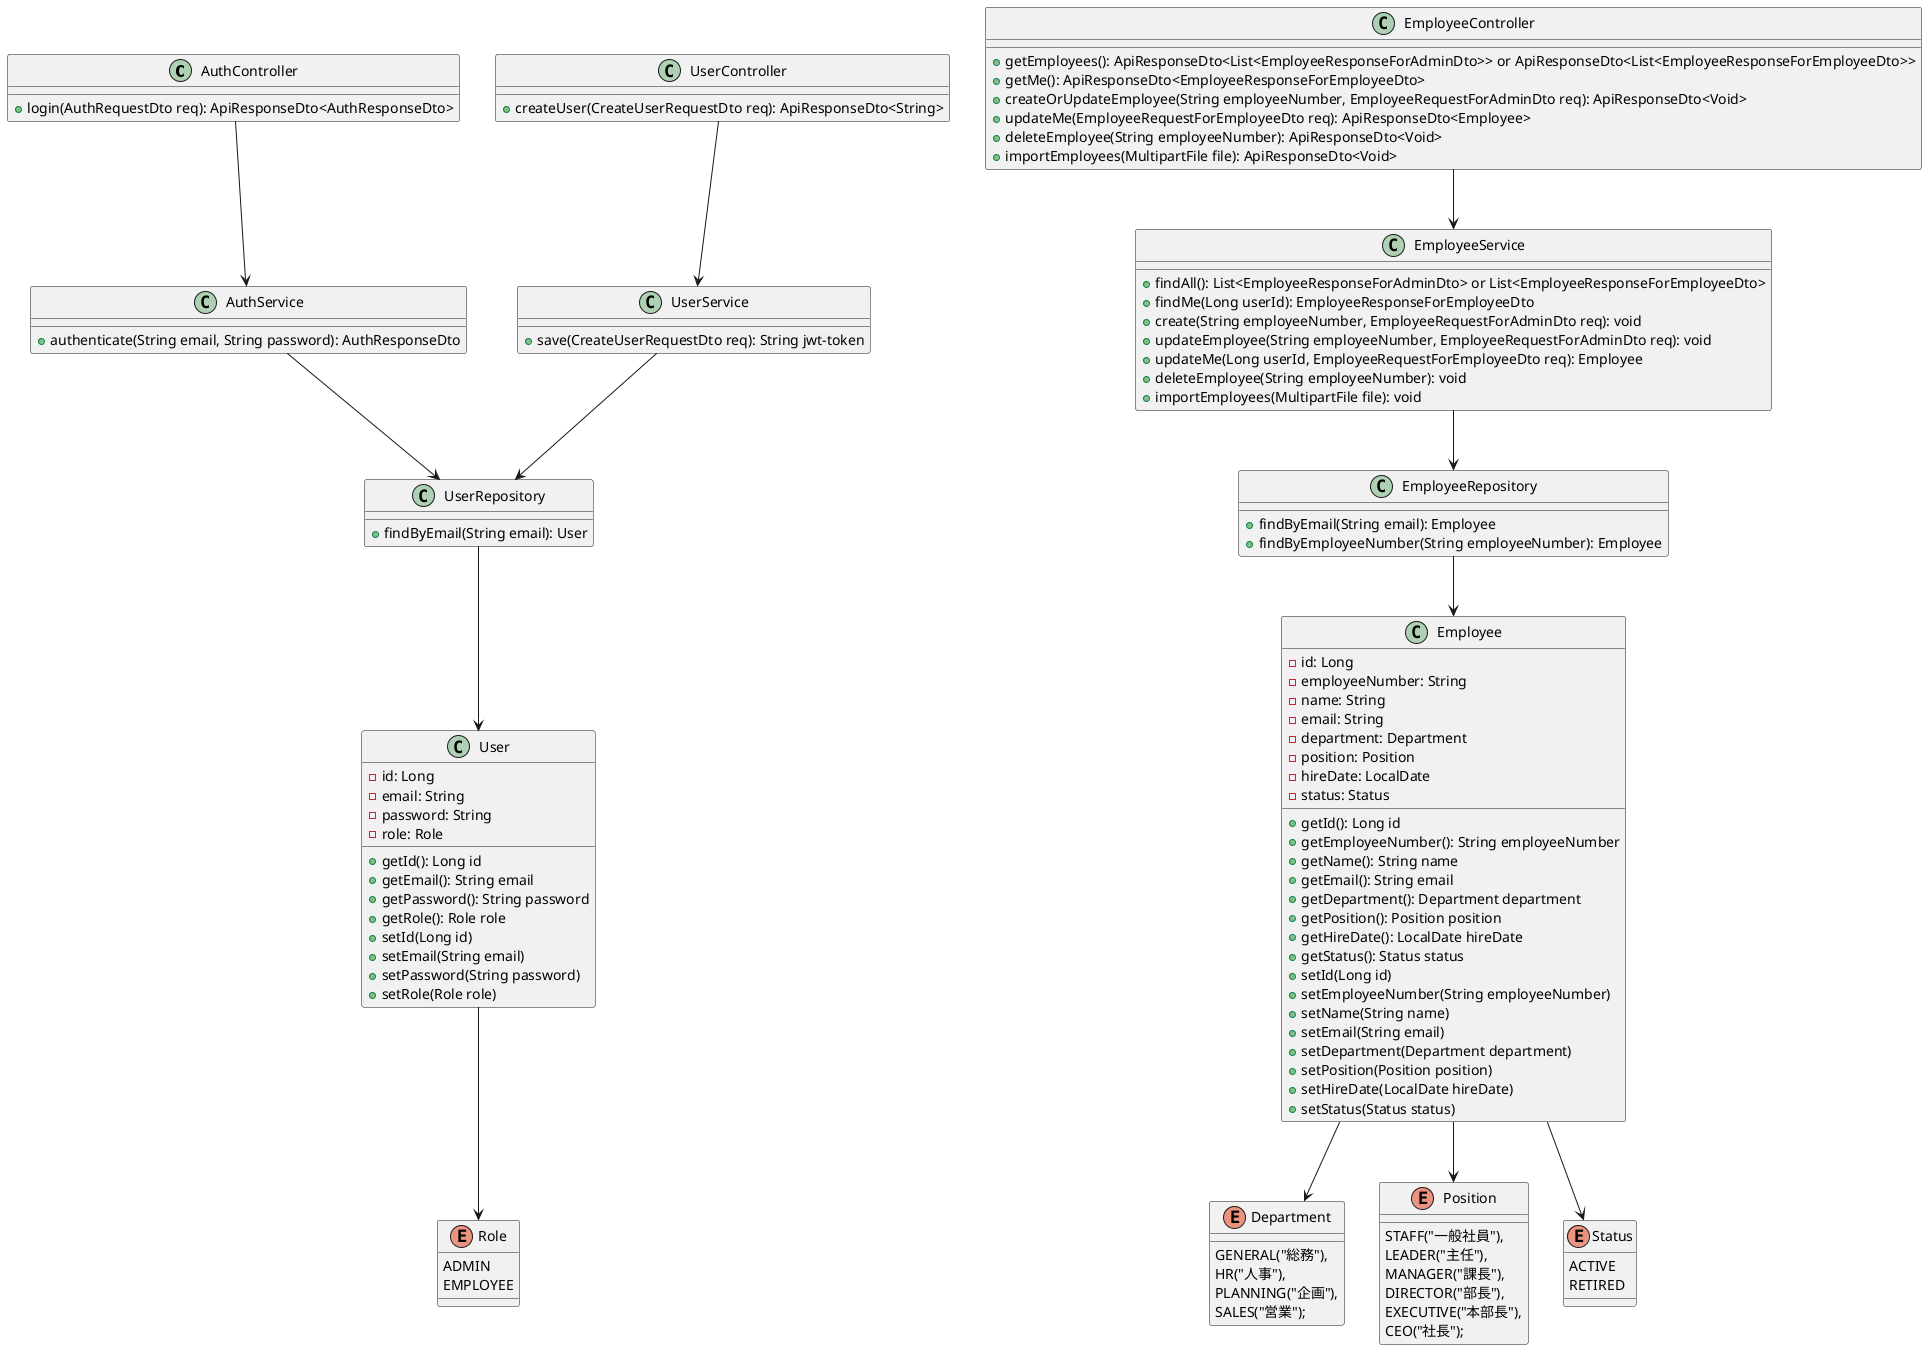
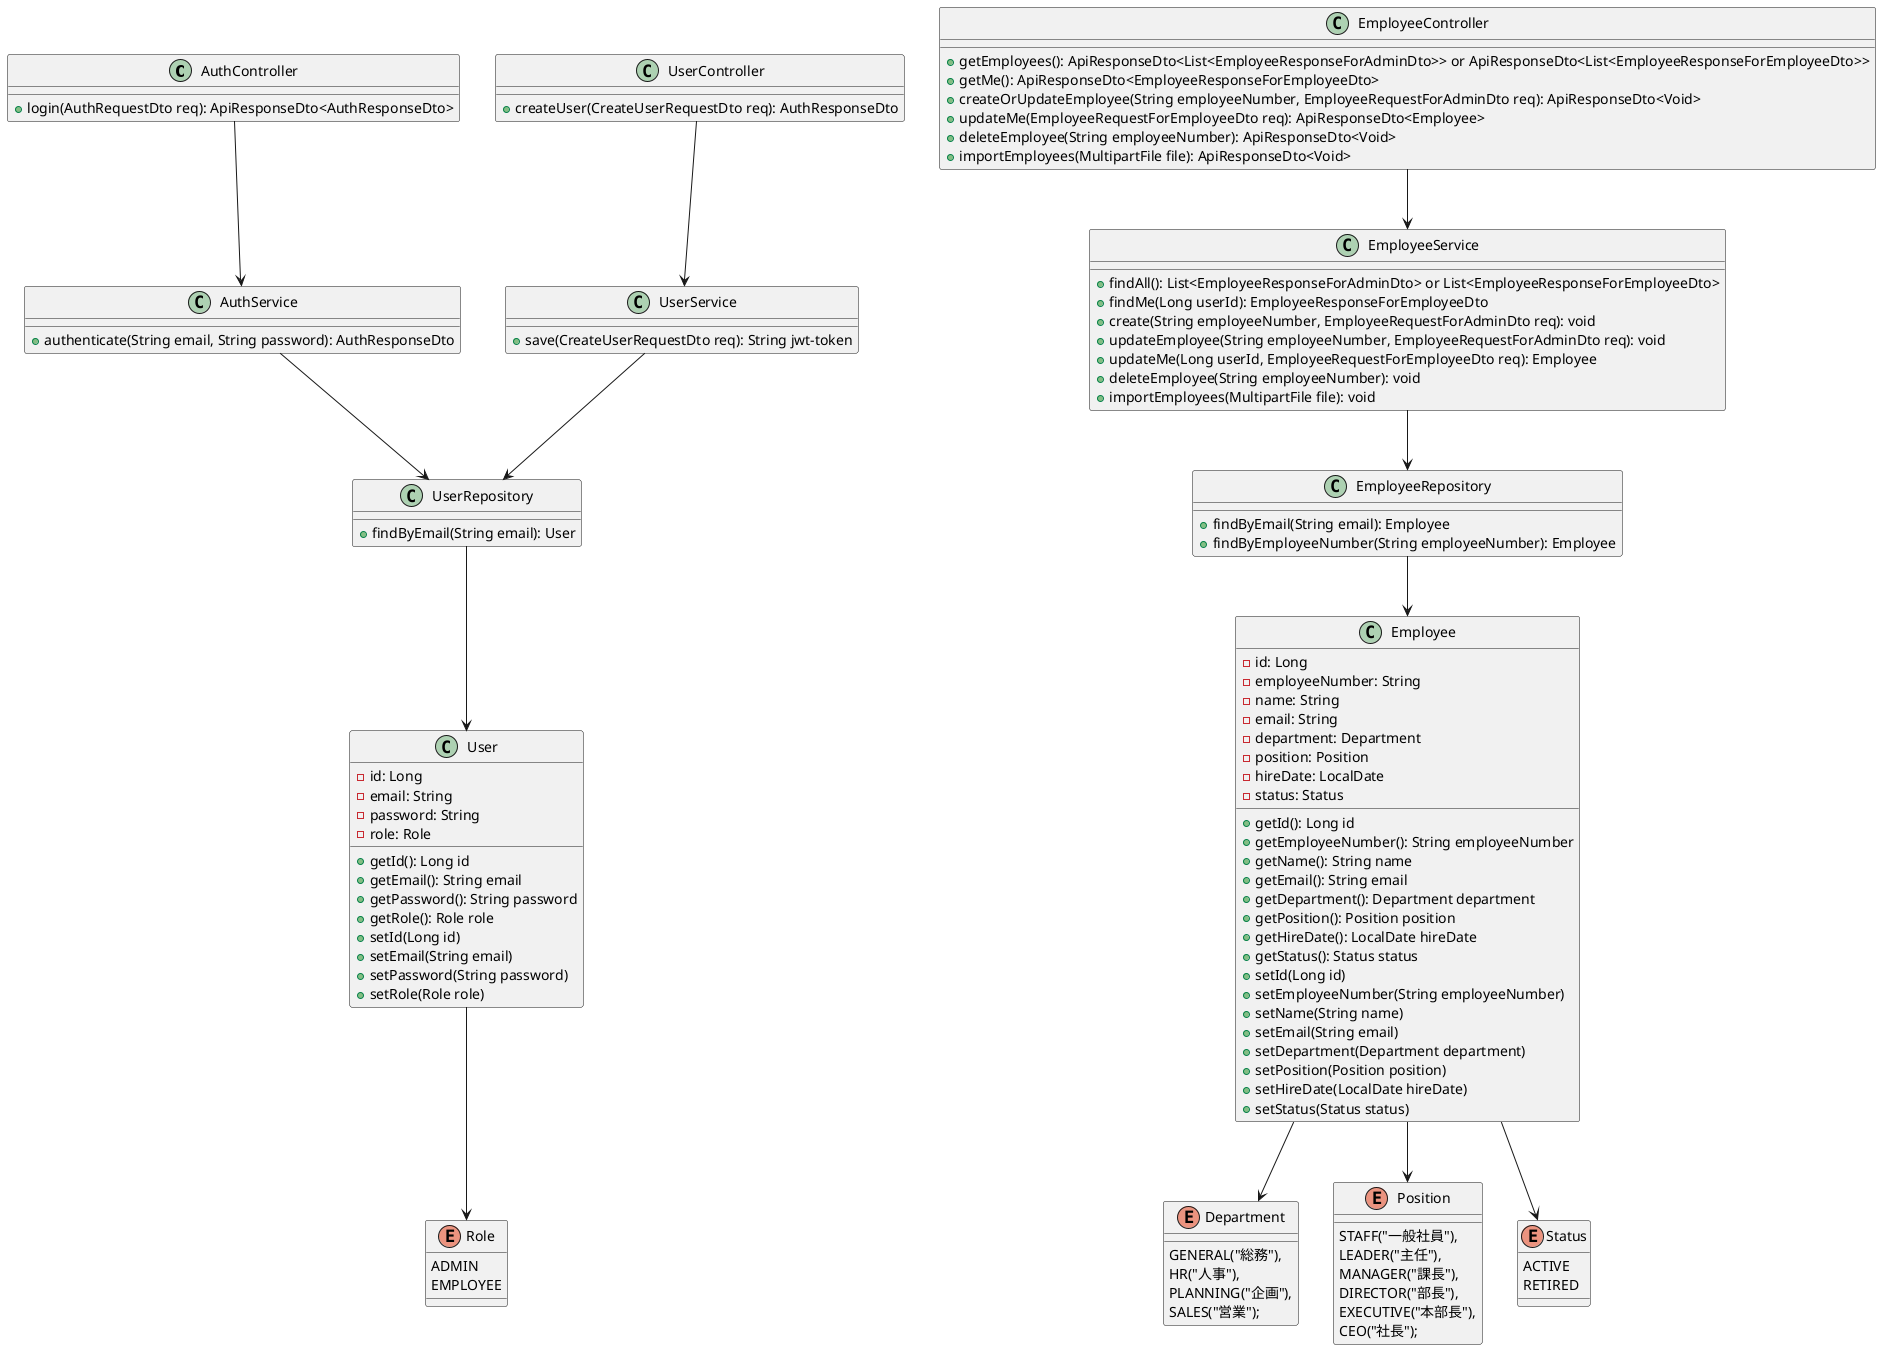
@startuml
  class AuthController
  class UserController
  class EmployeeController
  class AuthService
  class UserService
  class EmployeeService
  class UserRepository
  class EmployeeRepository
  class User
  class Employee

  enum Role
  enum Department
  enum Position
  enum Status

' クラス関係
AuthController --> AuthService
UserController --> UserService
EmployeeController --> EmployeeService
AuthService --> UserRepository
UserService --> UserRepository
EmployeeService --> EmployeeRepository
UserRepository --> User
EmployeeRepository --> Employee

User --> Role
Employee --> Department
Employee --> Position
Employee --> Status

' クラス定義
class User {
  - id: Long
  - email: String
  - password: String
  - role: Role

  + getId(): Long id
  + getEmail(): String email
  + getPassword(): String password
  + getRole(): Role role
  + setId(Long id)
  + setEmail(String email)
  + setPassword(String password)
  + setRole(Role role)
}

class Employee {
  - id: Long
  - employeeNumber: String
  - name: String
  - email: String
  - department: Department
  - position: Position
  - hireDate: LocalDate
  - status: Status

  + getId(): Long id
  + getEmployeeNumber(): String employeeNumber
  + getName(): String name
  + getEmail(): String email
  + getDepartment(): Department department
  + getPosition(): Position position
  + getHireDate(): LocalDate hireDate
  + getStatus(): Status status
  + setId(Long id)
  + setEmployeeNumber(String employeeNumber)
  + setName(String name)
  + setEmail(String email)
  + setDepartment(Department department)
  + setPosition(Position position)
  + setHireDate(LocalDate hireDate)
  + setStatus(Status status)
}

' 列挙型定義
enum Role {
  ADMIN
  EMPLOYEE
}

enum Department {
  GENERAL("総務"),
  HR("人事"),
  PLANNING("企画"),
  SALES("営業");
}

enum Position {
  STAFF("一般社員"),
  LEADER("主任"),
  MANAGER("課長"),
  DIRECTOR("部長"),
  EXECUTIVE("本部長"),
  CEO("社長");
}

enum Status {
  ACTIVE
  RETIRED
}

class AuthController {
  + login(AuthRequestDto req): ApiResponseDto<AuthResponseDto>
}

class AuthService {
  + authenticate(String email, String password): AuthResponseDto
}

class UserController {
-   + createUser(CreateUserRequestDto req): ApiResponseDto<String>
+   + createUser(CreateUserRequestDto req): AuthResponseDto
}

class UserService {
  + save(CreateUserRequestDto req): String jwt-token
}

class UserRepository {
  + findByEmail(String email): User
}

class EmployeeController {
  + getEmployees(): ApiResponseDto<List<EmployeeResponseForAdminDto>> or ApiResponseDto<List<EmployeeResponseForEmployeeDto>>
  + getMe(): ApiResponseDto<EmployeeResponseForEmployeeDto>
  + createOrUpdateEmployee(String employeeNumber, EmployeeRequestForAdminDto req): ApiResponseDto<Void>
  + updateMe(EmployeeRequestForEmployeeDto req): ApiResponseDto<Employee>
  + deleteEmployee(String employeeNumber): ApiResponseDto<Void>
  + importEmployees(MultipartFile file): ApiResponseDto<Void>
}

class EmployeeService {
  + findAll(): List<EmployeeResponseForAdminDto> or List<EmployeeResponseForEmployeeDto>
  + findMe(Long userId): EmployeeResponseForEmployeeDto
  + create(String employeeNumber, EmployeeRequestForAdminDto req): void
  + updateEmployee(String employeeNumber, EmployeeRequestForAdminDto req): void
  + updateMe(Long userId, EmployeeRequestForEmployeeDto req): Employee
  + deleteEmployee(String employeeNumber): void
  + importEmployees(MultipartFile file): void
}

class EmployeeRepository {
  + findByEmail(String email): Employee
  + findByEmployeeNumber(String employeeNumber): Employee
}
@enduml